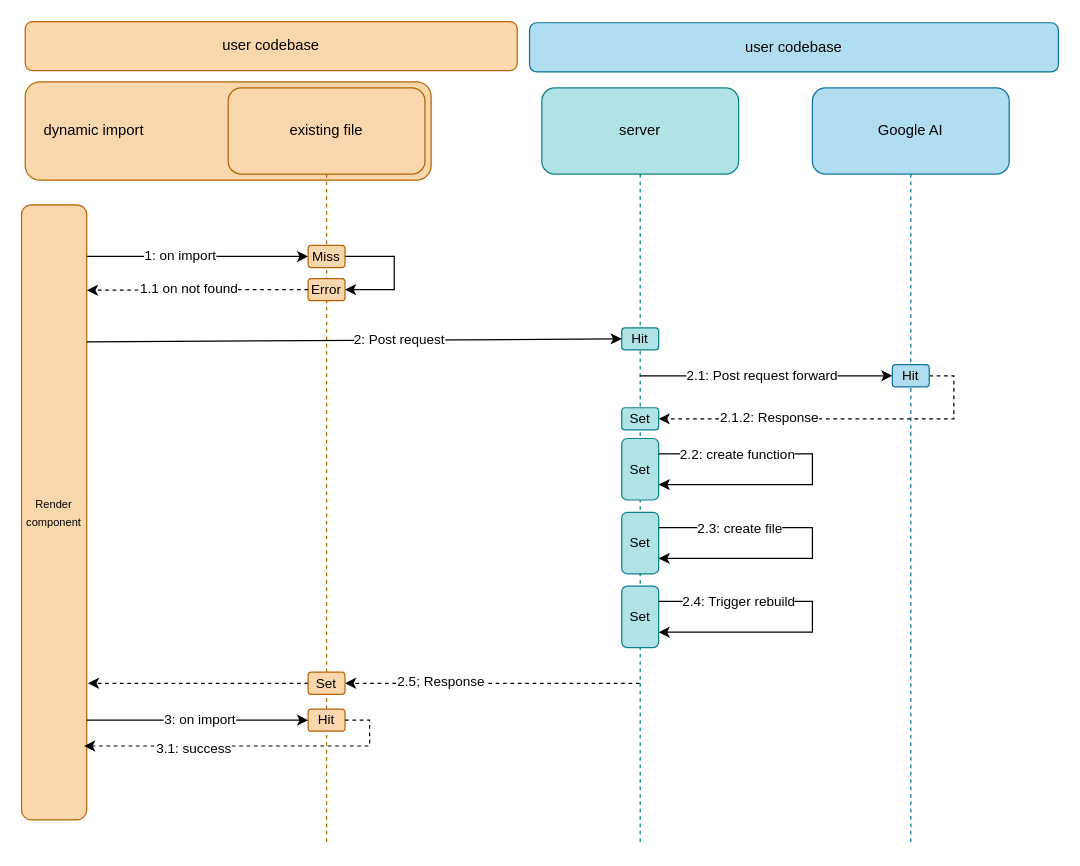
This is docs/uml/sequence_diagram.drawio from TALHAA23/intelligent-react-components, a draw.io file, before an edit. Source tidied: cells renumbered, new cells numbered last; positions are measured from the earlier drawing's top-left corner, leaving out a move shared by most shapes. Both pictures are drawn from the tidied source at 123%, with x=0, y=0 at pixel (21, 21).
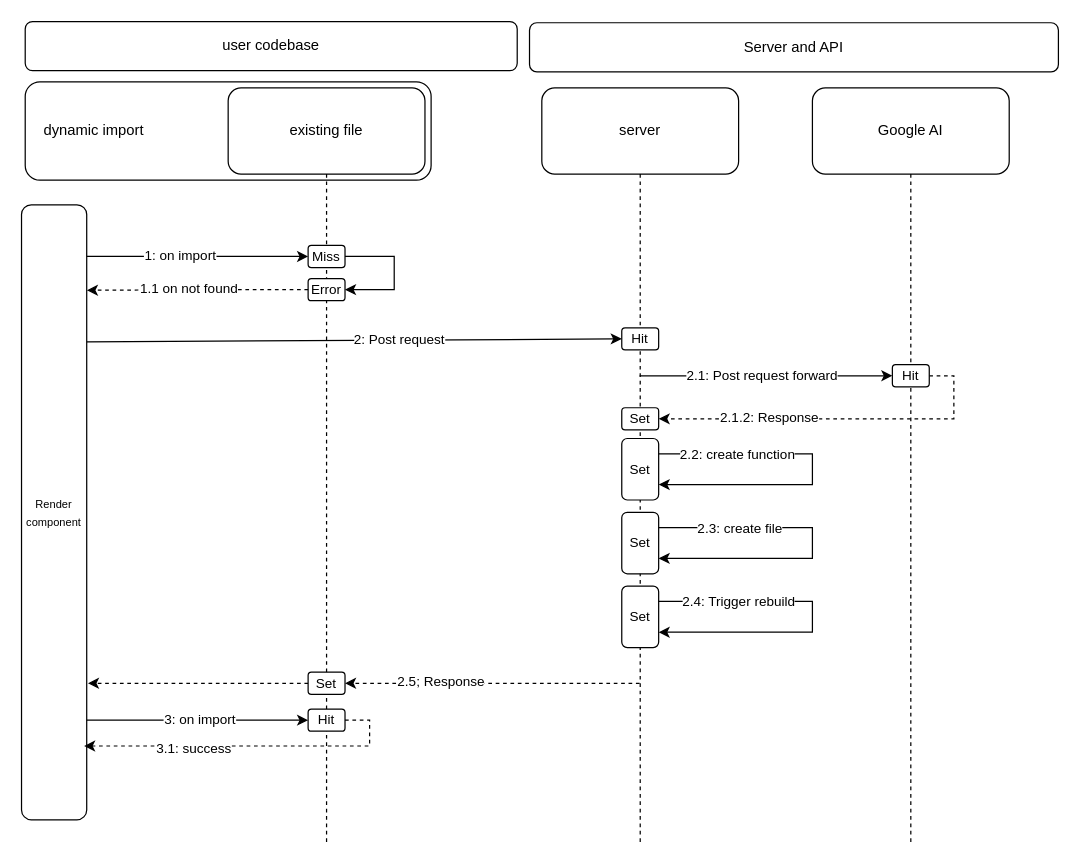
The same page after the edit.

Diff of the diagram source:
```diff
@@
-    <mxCell id="2" value="user codebase" style="rounded=1;whiteSpace=wrap;html=1;fillColor=#fad7ac;strokeColor=#b46504;" parent="1" vertex="1">
+    <mxCell id="2" value="user codebase" style="rounded=1;whiteSpace=wrap;html=1;" parent="1" vertex="1">
       <mxGeometry x="3" width="400" height="40" as="geometry" />
     </mxCell>
-    <mxCell id="3" value="&amp;nbsp; &amp;nbsp; dynamic import" style="rounded=1;whiteSpace=wrap;html=1;align=left;fillColor=#fad7ac;strokeColor=#b46504;" parent="1" vertex="1">
+    <mxCell id="3" value="&amp;nbsp; &amp;nbsp; dynamic import" style="rounded=1;whiteSpace=wrap;html=1;align=left;" parent="1" vertex="1">
       <mxGeometry x="3" y="49" width="330" height="80" as="geometry" />
     </mxCell>
-    <mxCell id="4" value="existing file" style="shape=umlLifeline;perimeter=lifelinePerimeter;whiteSpace=wrap;html=1;newEdgeStyle={&quot;edgeStyle&quot;:&quot;elbowEdgeStyle&quot;,&quot;elbow&quot;:&quot;vertical&quot;,&quot;curved&quot;:0,&quot;rounded&quot;:0};fillColor=#fad7ac;strokeColor=#b46504;size=70;rounded=1;strokeWidth=1;" parent="1" vertex="1">
+    <mxCell id="4" value="existing file" style="shape=umlLifeline;perimeter=lifelinePerimeter;whiteSpace=wrap;html=1;newEdgeStyle={&quot;edgeStyle&quot;:&quot;elbowEdgeStyle&quot;,&quot;elbow&quot;:&quot;vertical&quot;,&quot;curved&quot;:0,&quot;rounded&quot;:0};size=70;rounded=1;strokeWidth=1;" parent="1" vertex="1">
       <mxGeometry x="168" y="54" width="160" height="615" as="geometry" />
     </mxCell>
-    <mxCell id="5" value="server" style="shape=umlLifeline;perimeter=lifelinePerimeter;whiteSpace=wrap;html=1;outlineConnect=0;portConstraint=eastwest;newEdgeStyle={&quot;edgeStyle&quot;:&quot;elbowEdgeStyle&quot;,&quot;elbow&quot;:&quot;vertical&quot;,&quot;curved&quot;:0,&quot;rounded&quot;:0};fillColor=#b0e3e6;strokeColor=#0e8088;size=70;rounded=1;" parent="1" vertex="1">
+    <mxCell id="5" value="server" style="shape=umlLifeline;perimeter=lifelinePerimeter;whiteSpace=wrap;html=1;outlineConnect=0;portConstraint=eastwest;newEdgeStyle={&quot;edgeStyle&quot;:&quot;elbowEdgeStyle&quot;,&quot;elbow&quot;:&quot;vertical&quot;,&quot;curved&quot;:0,&quot;rounded&quot;:0};size=70;rounded=1;" parent="1" vertex="1">
       <mxGeometry x="423" y="54" width="160" height="615" as="geometry" />
     </mxCell>
-    <mxCell id="6" value="Google AI" style="shape=umlLifeline;perimeter=lifelinePerimeter;whiteSpace=wrap;html=1;newEdgeStyle={&quot;edgeStyle&quot;:&quot;elbowEdgeStyle&quot;,&quot;elbow&quot;:&quot;vertical&quot;,&quot;curved&quot;:0,&quot;rounded&quot;:0};fillColor=#b1ddf0;strokeColor=#10739e;size=70;rounded=1;" parent="1" vertex="1">
+    <mxCell id="6" value="Google AI" style="shape=umlLifeline;perimeter=lifelinePerimeter;whiteSpace=wrap;html=1;newEdgeStyle={&quot;edgeStyle&quot;:&quot;elbowEdgeStyle&quot;,&quot;elbow&quot;:&quot;vertical&quot;,&quot;curved&quot;:0,&quot;rounded&quot;:0};size=70;rounded=1;" parent="1" vertex="1">
       <mxGeometry x="643" y="54" width="160" height="615" as="geometry" />
     </mxCell>
@@
-    <mxCell id="9" value="&lt;font style=&quot;font-size: 9px;&quot;&gt;Render component&lt;/font&gt;" style="rounded=1;whiteSpace=wrap;html=1;fillColor=#fad7ac;strokeColor=#b46504;" parent="1" vertex="1">
+    <mxCell id="9" value="&lt;font style=&quot;font-size: 9px;&quot;&gt;Render component&lt;/font&gt;" style="rounded=1;whiteSpace=wrap;html=1;" parent="1" vertex="1">
       <mxGeometry y="149" width="53" height="500" as="geometry" />
     </mxCell>
@@
-    <mxCell id="11" value="&lt;span style=&quot;font-size: 11px;&quot;&gt;Miss&lt;/span&gt;" style="rounded=1;whiteSpace=wrap;html=1;fillColor=#fad7ac;strokeColor=#b46504;" parent="1" vertex="1">
+    <mxCell id="11" value="&lt;span style=&quot;font-size: 11px;&quot;&gt;Miss&lt;/span&gt;" style="rounded=1;whiteSpace=wrap;html=1;" parent="1" vertex="1">
       <mxGeometry x="233" y="182" width="30" height="18" as="geometry" />
     </mxCell>
-    <mxCell id="12" value="&lt;span style=&quot;font-size: 11px;&quot;&gt;Error&lt;/span&gt;" style="rounded=1;whiteSpace=wrap;html=1;fillColor=#fad7ac;strokeColor=#b46504;" parent="1" vertex="1">
+    <mxCell id="12" value="&lt;span style=&quot;font-size: 11px;&quot;&gt;Error&lt;/span&gt;" style="rounded=1;whiteSpace=wrap;html=1;" parent="1" vertex="1">
       <mxGeometry x="233" y="209" width="30" height="18" as="geometry" />
     </mxCell>
@@
-    <mxCell id="15" value="&lt;span style=&quot;font-size: 11px;&quot;&gt;Hit&lt;/span&gt;" style="rounded=1;whiteSpace=wrap;html=1;fillColor=#b0e3e6;strokeColor=#0e8088;" parent="1" vertex="1">
+    <mxCell id="15" value="&lt;span style=&quot;font-size: 11px;&quot;&gt;Hit&lt;/span&gt;" style="rounded=1;whiteSpace=wrap;html=1;" parent="1" vertex="1">
       <mxGeometry x="488" y="249" width="30" height="18" as="geometry" />
     </mxCell>
@@
-    <mxCell id="22" value="&lt;span style=&quot;font-size: 11px;&quot;&gt;Hit&lt;/span&gt;" style="rounded=1;whiteSpace=wrap;html=1;fillColor=#b1ddf0;strokeColor=#10739e;" parent="1" vertex="1">
+    <mxCell id="22" value="&lt;span style=&quot;font-size: 11px;&quot;&gt;Hit&lt;/span&gt;" style="rounded=1;whiteSpace=wrap;html=1;" parent="1" vertex="1">
       <mxGeometry x="708" y="279" width="30" height="18" as="geometry" />
     </mxCell>
-    <mxCell id="23" value="&lt;span style=&quot;font-size: 11px;&quot;&gt;Set&lt;/span&gt;" style="rounded=1;whiteSpace=wrap;html=1;fillColor=#b0e3e6;strokeColor=#0e8088;" parent="1" vertex="1">
+    <mxCell id="23" value="&lt;span style=&quot;font-size: 11px;&quot;&gt;Set&lt;/span&gt;" style="rounded=1;whiteSpace=wrap;html=1;" parent="1" vertex="1">
       <mxGeometry x="488" y="314" width="30" height="18" as="geometry" />
     </mxCell>
-    <mxCell id="24" value="&lt;span style=&quot;font-size: 11px;&quot;&gt;Set&lt;/span&gt;" style="rounded=1;whiteSpace=wrap;html=1;fillColor=#b0e3e6;strokeColor=#0e8088;" parent="1" vertex="1">
+    <mxCell id="24" value="&lt;span style=&quot;font-size: 11px;&quot;&gt;Set&lt;/span&gt;" style="rounded=1;whiteSpace=wrap;html=1;" parent="1" vertex="1">
       <mxGeometry x="488" y="339" width="30" height="50" as="geometry" />
     </mxCell>
@@
-    <mxCell id="27" value="&lt;span style=&quot;font-size: 11px;&quot;&gt;Set&lt;/span&gt;" style="rounded=1;whiteSpace=wrap;html=1;fillColor=#b0e3e6;strokeColor=#0e8088;" parent="1" vertex="1">
+    <mxCell id="27" value="&lt;span style=&quot;font-size: 11px;&quot;&gt;Set&lt;/span&gt;" style="rounded=1;whiteSpace=wrap;html=1;" parent="1" vertex="1">
       <mxGeometry x="488" y="399" width="30" height="50" as="geometry" />
     </mxCell>
@@
-    <mxCell id="30" value="&lt;span style=&quot;font-size: 11px;&quot;&gt;Set&lt;/span&gt;" style="rounded=1;whiteSpace=wrap;html=1;fillColor=#b0e3e6;strokeColor=#0e8088;" parent="1" vertex="1">
+    <mxCell id="30" value="&lt;span style=&quot;font-size: 11px;&quot;&gt;Set&lt;/span&gt;" style="rounded=1;whiteSpace=wrap;html=1;" parent="1" vertex="1">
       <mxGeometry x="488" y="459" width="30" height="50" as="geometry" />
     </mxCell>
@@
-    <mxCell id="36" value="&lt;span style=&quot;font-size: 11px;&quot;&gt;Set&lt;/span&gt;" style="rounded=1;whiteSpace=wrap;html=1;fillColor=#fad7ac;strokeColor=#b46504;" parent="1" vertex="1">
+    <mxCell id="36" value="&lt;span style=&quot;font-size: 11px;&quot;&gt;Set&lt;/span&gt;" style="rounded=1;whiteSpace=wrap;html=1;" parent="1" vertex="1">
       <mxGeometry x="233" y="529" width="30" height="18" as="geometry" />
     </mxCell>
-    <mxCell id="37" value="&lt;span style=&quot;font-size: 11px;&quot;&gt;Hit&lt;/span&gt;" style="rounded=1;whiteSpace=wrap;html=1;fillColor=#fad7ac;strokeColor=#b46504;" parent="1" vertex="1">
+    <mxCell id="37" value="&lt;span style=&quot;font-size: 11px;&quot;&gt;Hit&lt;/span&gt;" style="rounded=1;whiteSpace=wrap;html=1;" parent="1" vertex="1">
       <mxGeometry x="233" y="559" width="30" height="18" as="geometry" />
     </mxCell>
@@
-    <mxCell id="42" value="user codebase" style="rounded=1;whiteSpace=wrap;html=1;fillColor=#b1ddf0;strokeColor=#10739e;" parent="1" vertex="1">
+    <mxCell id="42" value="Server and API" style="rounded=1;whiteSpace=wrap;html=1;" parent="1" vertex="1">
       <mxGeometry x="413" y="1" width="430" height="40" as="geometry" />
     </mxCell>
```
